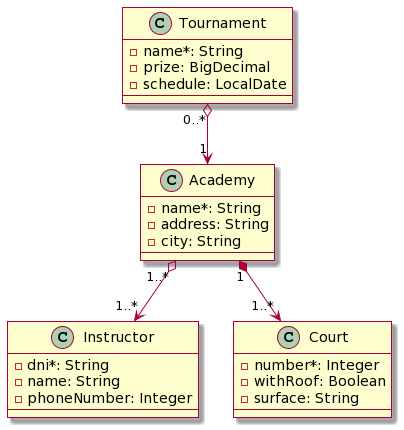
This is docs/padel_academy.models.png from wzzzzwwzw/apaw-practice, a PlantUML export, as it was before one commit.
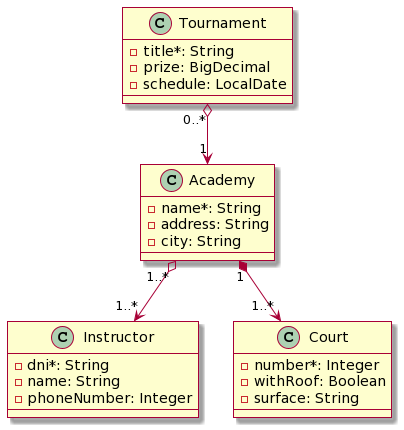
Later version of the same file.

Commit message:
Change property name to title in Academy model #476

What changed in the source:
```diff
@@ -3,9 +3,8 @@
 Academy "1..*" o--> "1..*" Instructor
 Academy "1" *--> "1..*" Court
 Tournament "0..*" o--> "1" Academy
-
 Class Tournament {
-   - name*: String
+   - title*: String
    - prize: BigDecimal
    - schedule: LocalDate
 }
```
